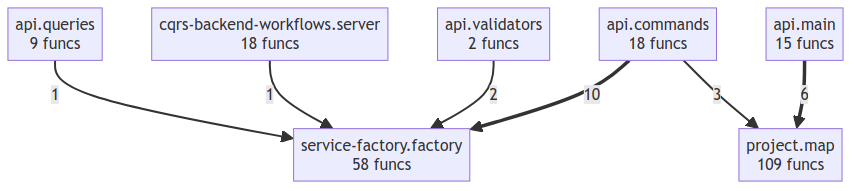
Before: project/compact_flow.png, a diagram exported from Mermaid (semcod/codot). Its source is kept beside it as project/compact_flow.mmd.
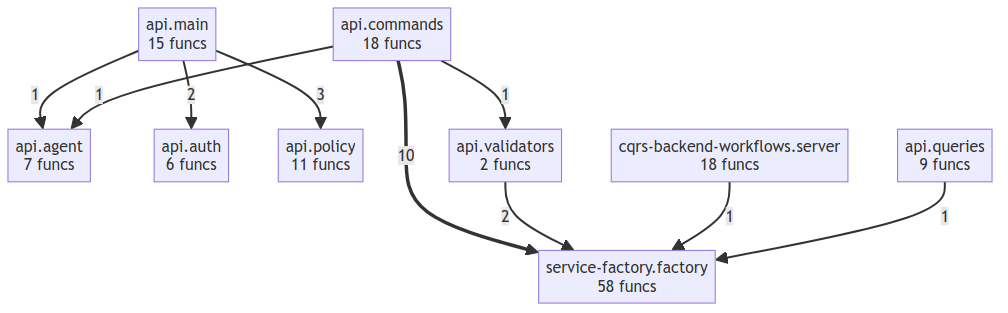
After the change.

The edit, as a diff of the source:
```diff
@@ -1,14 +1,19 @@
 flowchart TD
+    api__agent["api.agent<br/>7 funcs"]
+    api__auth["api.auth<br/>6 funcs"]
     api__commands["api.commands<br/>18 funcs"]
     api__main["api.main<br/>15 funcs"]
+    api__policy["api.policy<br/>11 funcs"]
     api__queries["api.queries<br/>9 funcs"]
     api__validators["api.validators<br/>2 funcs"]
     cqrs_backend_workflows__server["cqrs-backend-workflows.server<br/>18 funcs"]
-    project__map["project.map<br/>109 funcs"]
     service_factory__factory["service-factory.factory<br/>58 funcs"]
     api__commands ==>|10| service_factory__factory
-    api__main ==>|6| project__map
-    api__commands -->|3| project__map
+    api__main -->|3| api__policy
+    api__main -->|2| api__auth
     api__validators -->|2| service_factory__factory
     cqrs_backend_workflows__server -->|1| service_factory__factory
+    api__main -->|1| api__agent
+    api__commands -->|1| api__validators
+    api__commands -->|1| api__agent
     api__queries -->|1| service_factory__factory
```
